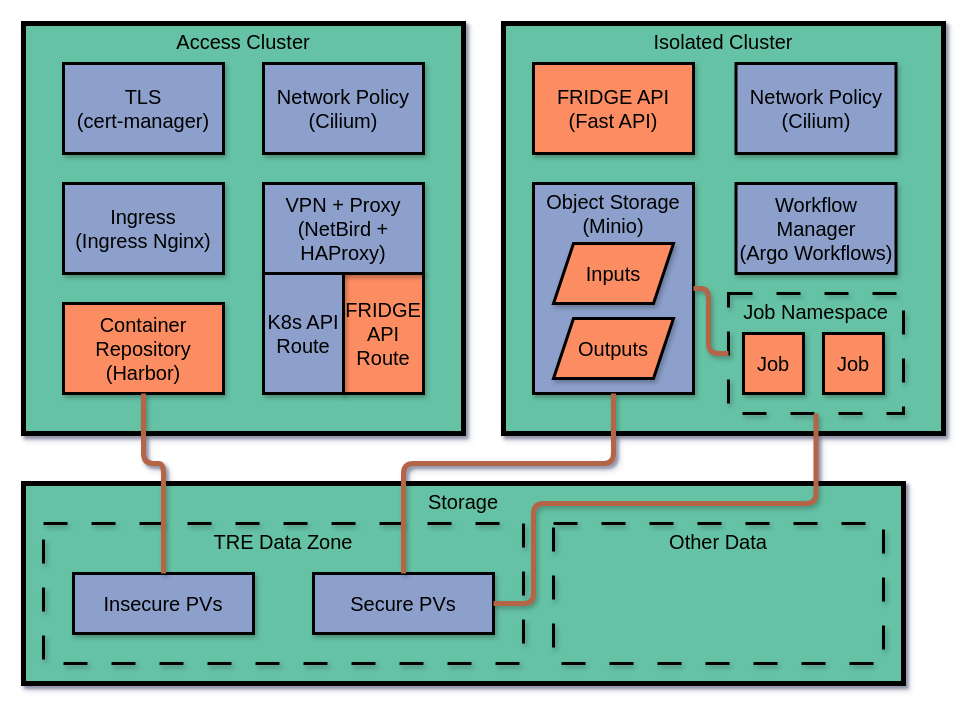
Above: docs/static/internal.drawio in alan-turing-institute/fridge (draw.io), before the change. Source tidied: cells renumbered, new cells numbered last; positions are measured from the earlier drawing's top-left corner, leaving out a move shared by most shapes. Both pictures are drawn from the tidied source at 100%, with x=0, y=0 at pixel (23, 23).
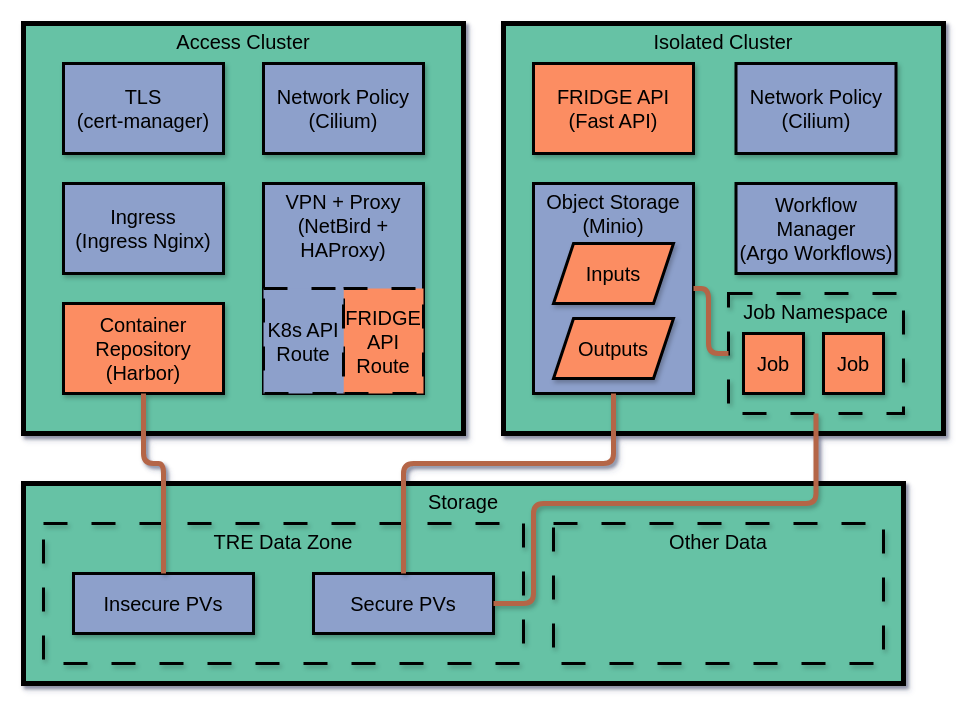
The same diagram, later.

Commit message (it also covers changes not shown here):
Try different style for VPN + Proxy box

The change refers to these unchanged cells:
```xml
<mxCell id="21" style="group;shadow=1;" parent="1" vertex="1">
  <mxGeometry width="440" height="440" as="geometry" />
</mxCell>
```

Change to the diagram source:
```diff
@@
+    <mxCell id="28" value="VPN + Proxy&lt;div&gt;(NetBird + HAProxy)&lt;/div&gt;" style="rounded=0;whiteSpace=wrap;html=1;strokeWidth=3;fontSize=20;fillColor=#8DA0CB;shadow=1;verticalAlign=top;" parent="21" vertex="1">
+      <mxGeometry x="240" y="160" width="160" height="210" as="geometry" />
+    </mxCell>
-    <mxCell id="27" value="FRIDGE API Route" style="rounded=0;whiteSpace=wrap;html=1;strokeWidth=3;fontSize=20;fillColor=#FC8D62;shadow=1;" parent="21" vertex="1">
-      <mxGeometry x="320" y="250" width="80" height="120" as="geometry" />
+    <mxCell id="27" value="FRIDGE API Route" style="rounded=0;whiteSpace=wrap;html=1;strokeWidth=3;fontSize=20;fillColor=#FC8D62;shadow=0;dashed=1;dashPattern=8 8;perimeterSpacing=2;" parent="21" vertex="1">
+      <mxGeometry x="320" y="265" width="80" height="105" as="geometry" />
     </mxCell>
-    <mxCell id="28" value="VPN + Proxy&lt;div&gt;(NetBird + HAProxy)&lt;/div&gt;" style="rounded=0;whiteSpace=wrap;html=1;strokeWidth=3;fontSize=20;fillColor=#8DA0CB;shadow=1;" parent="21" vertex="1">
-      <mxGeometry x="240" y="160" width="160" height="90" as="geometry" />
-    </mxCell>
-    <mxCell id="29" value="K8s API Route" style="rounded=0;whiteSpace=wrap;html=1;strokeWidth=3;fontSize=20;fillColor=#8DA0CB;shadow=1;" parent="21" vertex="1">
-      <mxGeometry x="240" y="250" width="80" height="120" as="geometry" />
+    <mxCell id="29" value="K8s API Route" style="rounded=0;whiteSpace=wrap;html=1;strokeWidth=3;fontSize=20;fillColor=#8DA0CB;shadow=0;dashed=1;dashPattern=8 8;" parent="21" vertex="1">
+      <mxGeometry x="240" y="265" width="80" height="105" as="geometry" />
     </mxCell>
```
